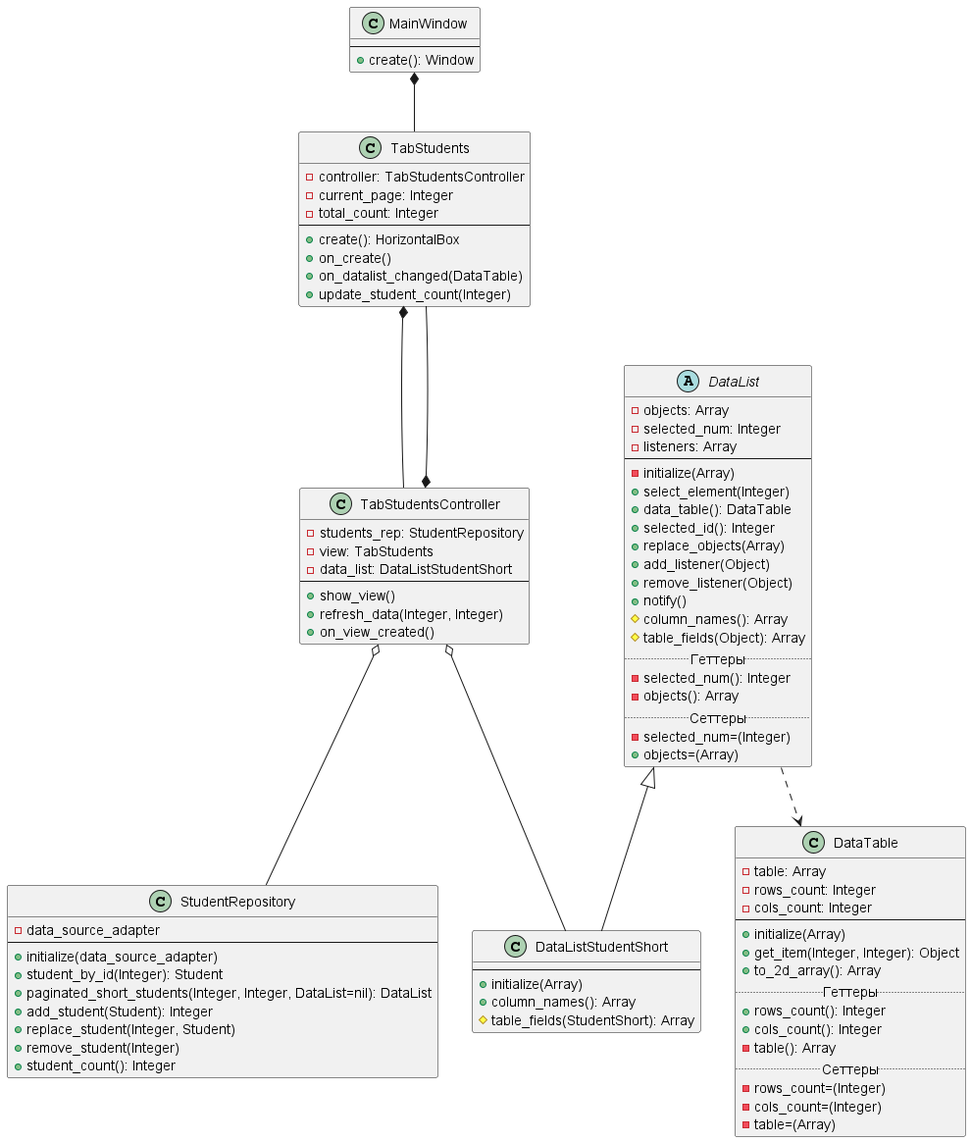
This is university_lab/diagrams/mvc.png from Jakepps/Ruby_Moment, a PlantUML export, as it was before one commit. The source it was exported from:
```plantuml
@startuml

MainWindow *-- TabStudents
TabStudents *-- TabStudentsController
TabStudentsController *-- TabStudents
DataList ..> DataTable
TabStudentsController o-- DataListStudentShort
TabStudentsController o-- StudentRepository

class MainWindow {
    --
    +create(): Window
}

class TabStudents {
    -controller: TabStudentsController
    -current_page: Integer
    -total_count: Integer
    --
    +create(): HorizontalBox
    +on_create()
    +on_datalist_changed(DataTable)
    +update_student_count(Integer)
}

class TabStudentsController {
    -students_rep: StudentRepository
    -view: TabStudents
    -data_list: DataListStudentShort
    --
    +show_view()
    +refresh_data(Integer, Integer)
    +on_view_created()
}

class DataTable {
    -table: Array
    -rows_count: Integer
    -cols_count: Integer
    --
    +initialize(Array)
    +get_item(Integer, Integer): Object
    +to_2d_array(): Array
    .. Геттеры ..
    +rows_count(): Integer
    +cols_count(): Integer
    -table(): Array
    .. Сеттеры ..
    -rows_count=(Integer)
    -cols_count=(Integer)
    -table=(Array)
}

abstract class DataList {
    -objects: Array
    -selected_num: Integer
    -listeners: Array
    --
    -initialize(Array)
    +select_element(Integer)
    +data_table(): DataTable
    +selected_id(): Integer
    +replace_objects(Array)
    +add_listener(Object)
    +remove_listener(Object)
    +notify()
    #column_names(): Array
    #table_fields(Object): Array
    .. Геттеры ..
    -selected_num(): Integer
    -objects(): Array
    .. Сеттеры ..
    -selected_num=(Integer)
    +objects=(Array)
}

class DataListStudentShort extends DataList {
    --
    +initialize(Array)
    +column_names(): Array
    #table_fields(StudentShort): Array
}

class StudentRepository {
    -data_source_adapter
    --
    +initialize(data_source_adapter)
    +student_by_id(Integer): Student
    +paginated_short_students(Integer, Integer, DataList=nil): DataList
    +add_student(Student): Integer
    +replace_student(Integer, Student)
    +remove_student(Integer)
    +student_count(): Integer
}
@enduml
```
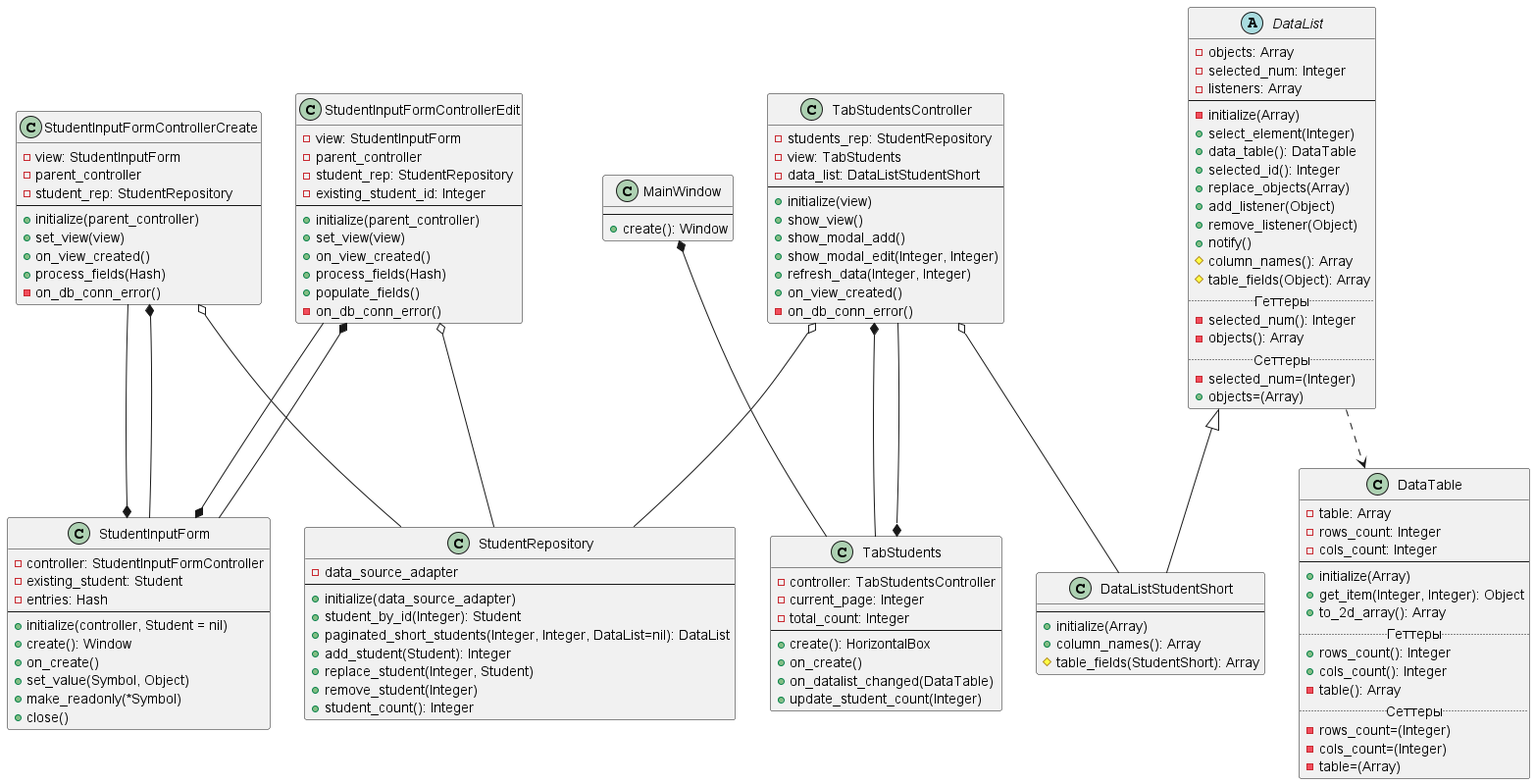
Above is the later version.

What changed in the source:
```diff
@@ -6,6 +6,14 @@
 DataList ..> DataTable
 TabStudentsController o-- DataListStudentShort
 TabStudentsController o-- StudentRepository
+
+StudentInputForm *-u- StudentInputFormControllerCreate
+StudentInputFormControllerCreate *-- StudentInputForm
+StudentInputFormControllerCreate o-- StudentRepository
+
+StudentInputForm *-u- StudentInputFormControllerEdit
+StudentInputFormControllerEdit *-- StudentInputForm
+StudentInputFormControllerEdit o-- StudentRepository
 
 class MainWindow {
     --
@@ -28,9 +36,52 @@
     -view: TabStudents
     -data_list: DataListStudentShort
     --
+    +initialize(view)
     +show_view()
+    +show_modal_add()
+    +show_modal_edit(Integer, Integer)
     +refresh_data(Integer, Integer)
     +on_view_created()
+    -on_db_conn_error()
+}
+
+class StudentInputForm {
+    -controller: StudentInputFormController
+    -existing_student: Student
+    -entries: Hash
+    --
+    +initialize(controller, Student = nil)
+    +create(): Window
+    +on_create()
+    +set_value(Symbol, Object)
+    +make_readonly(*Symbol)
+    +close()
+}
+
+class StudentInputFormControllerCreate {
+    -view: StudentInputForm
+    -parent_controller
+    -student_rep: StudentRepository
+    --
+    +initialize(parent_controller)
+    +set_view(view)
+    +on_view_created()
+    +process_fields(Hash)
+    -on_db_conn_error()
+}
+
+class StudentInputFormControllerEdit {
+    -view: StudentInputForm
+    -parent_controller
+    -student_rep: StudentRepository
+    -existing_student_id: Integer
+    --
+    +initialize(parent_controller)
+    +set_view(view)
+    +on_view_created()
+    +process_fields(Hash)
+    +populate_fields()
+    -on_db_conn_error()
 }
 
 class DataTable {
```
